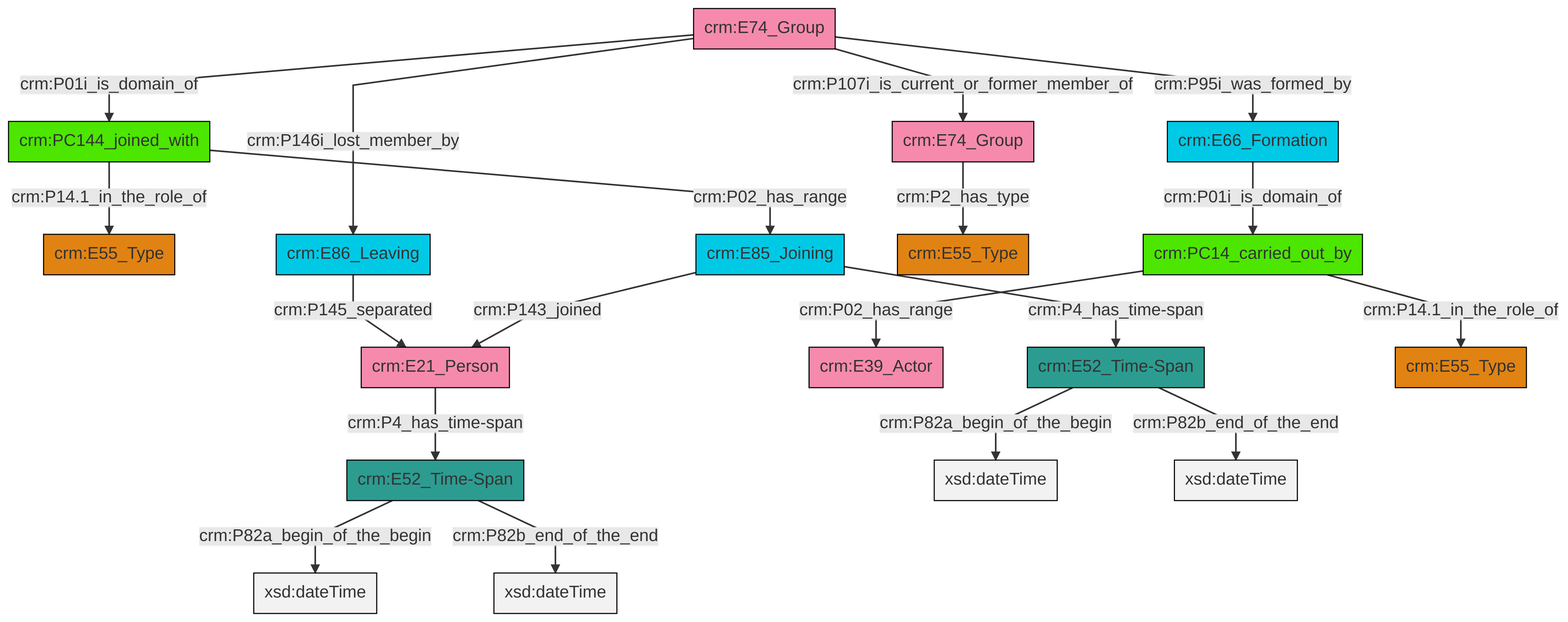
This is et/groupCSV/ttl/mmd/png/group_actor_relations.png from swiss-art-research-net/reference-data-models, a Mermaid export, as it was before one commit. Its source is kept beside it as et/groupCSV/ttl/mmd/group_actor_relations.ttl.mmd.
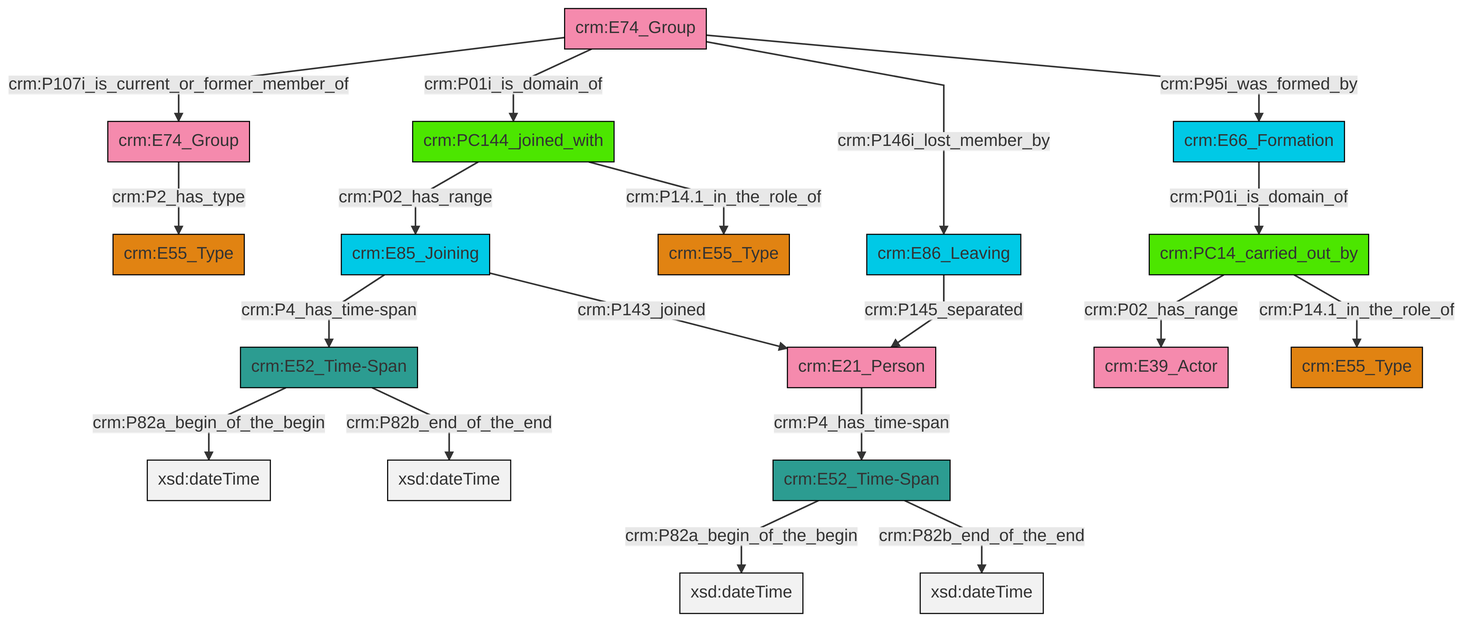
After the change.

What changed in the source:
```diff
@@ -13,21 +13,21 @@
 classDef PC_Classes fill:#4ce600, stroke:#000000;
 classDef Multi fill:#cccccc,stroke:#000000;
 
-4["crm:E52_Time-Span"]:::Time-Span -->|crm:P82a_begin_of_the_begin| 5[xsd:dateTime]:::Literal
-4["crm:E52_Time-Span"]:::Time-Span -->|crm:P82b_end_of_the_end| 6[xsd:dateTime]:::Literal
-0["crm:PC144_joined_with"]:::PC_Classes -->|crm:P14.1_in_the_role_of| 7["crm:E55_Type"]:::Type
-8["crm:E85_Joining"]:::Temporal_Entity -->|crm:P4_has_time-span| 9["crm:E52_Time-Span"]:::Time-Span
-10["crm:PC14_carried_out_by"]:::PC_Classes -->|crm:P02_has_range| 11["crm:E39_Actor"]:::Actor
-2["crm:E74_Group"]:::Actor -->|crm:P01i_is_domain_of| 0["crm:PC144_joined_with"]:::PC_Classes
-12["crm:E66_Formation"]:::Temporal_Entity -->|crm:P01i_is_domain_of| 10["crm:PC14_carried_out_by"]:::PC_Classes
-9["crm:E52_Time-Span"]:::Time-Span -->|crm:P82a_begin_of_the_begin| 20[xsd:dateTime]:::Literal
-25["crm:E86_Leaving"]:::Temporal_Entity -->|crm:P145_separated| 26["crm:E21_Person"]:::Actor
-2["crm:E74_Group"]:::Actor -->|crm:P95i_was_formed_by| 12["crm:E66_Formation"]:::Temporal_Entity
-26["crm:E21_Person"]:::Actor -->|crm:P4_has_time-span| 4["crm:E52_Time-Span"]:::Time-Span
-9["crm:E52_Time-Span"]:::Time-Span -->|crm:P82b_end_of_the_end| 28[xsd:dateTime]:::Literal
-0["crm:PC144_joined_with"]:::PC_Classes -->|crm:P02_has_range| 8["crm:E85_Joining"]:::Temporal_Entity
-2["crm:E74_Group"]:::Actor -->|crm:P107i_is_current_or_former_member_of| 21["crm:E74_Group"]:::Actor
-21["crm:E74_Group"]:::Actor -->|crm:P2_has_type| 14["crm:E55_Type"]:::Type
-8["crm:E85_Joining"]:::Temporal_Entity -->|crm:P143_joined| 26["crm:E21_Person"]:::Actor
-10["crm:PC14_carried_out_by"]:::PC_Classes -->|crm:P14.1_in_the_role_of| 29["crm:E55_Type"]:::Type
-2["crm:E74_Group"]:::Actor -->|crm:P146i_lost_member_by| 25["crm:E86_Leaving"]:::Temporal_Entity
+2["crm:E86_Leaving"]:::Temporal_Entity -->|crm:P145_separated| 3["crm:E21_Person"]:::Actor
+6["crm:E52_Time-Span"]:::Time-Span -->|crm:P82a_begin_of_the_begin| 7[xsd:dateTime]:::Literal
+8["crm:E74_Group"]:::Actor -->|crm:P107i_is_current_or_former_member_of| 4["crm:E74_Group"]:::Actor
+4["crm:E74_Group"]:::Actor -->|crm:P2_has_type| 10["crm:E55_Type"]:::Type
+8["crm:E74_Group"]:::Actor -->|crm:P01i_is_domain_of| 16["crm:PC144_joined_with"]:::PC_Classes
+18["crm:PC14_carried_out_by"]:::PC_Classes -->|crm:P02_has_range| 19["crm:E39_Actor"]:::Actor
+3["crm:E21_Person"]:::Actor -->|crm:P4_has_time-span| 6["crm:E52_Time-Span"]:::Time-Span
+16["crm:PC144_joined_with"]:::PC_Classes -->|crm:P02_has_range| 20["crm:E85_Joining"]:::Temporal_Entity
+21["crm:E52_Time-Span"]:::Time-Span -->|crm:P82a_begin_of_the_begin| 22[xsd:dateTime]:::Literal
+8["crm:E74_Group"]:::Actor -->|crm:P146i_lost_member_by| 2["crm:E86_Leaving"]:::Temporal_Entity
+20["crm:E85_Joining"]:::Temporal_Entity -->|crm:P4_has_time-span| 21["crm:E52_Time-Span"]:::Time-Span
+6["crm:E52_Time-Span"]:::Time-Span -->|crm:P82b_end_of_the_end| 25[xsd:dateTime]:::Literal
+16["crm:PC144_joined_with"]:::PC_Classes -->|crm:P14.1_in_the_role_of| 11["crm:E55_Type"]:::Type
+20["crm:E85_Joining"]:::Temporal_Entity -->|crm:P143_joined| 3["crm:E21_Person"]:::Actor
+0["crm:E66_Formation"]:::Temporal_Entity -->|crm:P01i_is_domain_of| 18["crm:PC14_carried_out_by"]:::PC_Classes
+21["crm:E52_Time-Span"]:::Time-Span -->|crm:P82b_end_of_the_end| 32[xsd:dateTime]:::Literal
+8["crm:E74_Group"]:::Actor -->|crm:P95i_was_formed_by| 0["crm:E66_Formation"]:::Temporal_Entity
+18["crm:PC14_carried_out_by"]:::PC_Classes -->|crm:P14.1_in_the_role_of| 14["crm:E55_Type"]:::Type
```
